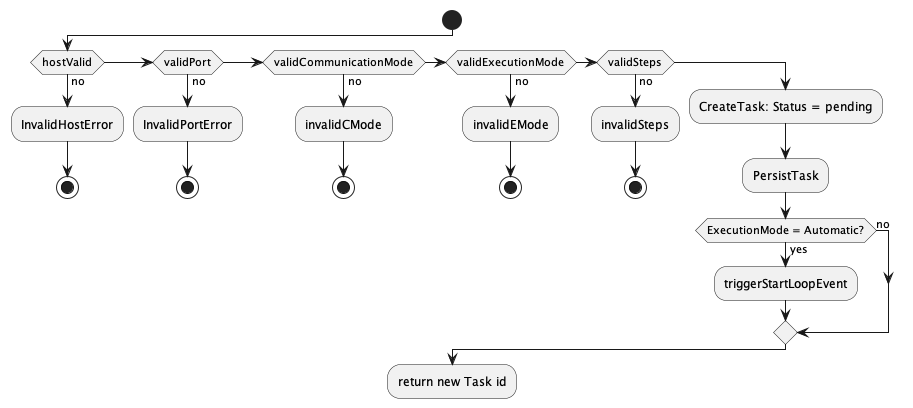
This is thesis/part/Proyecto_ejecutivo/memoria_descriptiva/descripcionDelProyecto/manager/uml/createTaskUseCase.png from Enrikerf/pfm, a PlantUML export, as it was before one commit. The source it was exported from:
```plantuml
@startuml
start
if (hostValid) then (no)
  :InvalidHostError;
  stop
elseif (validPort) then (no)
  :InvalidPortError;
  stop
elseif (validCommunicationMode) then (no)
  :invalidCMode;
  stop
elseif (validExecutionMode) then (no)
  :invalidEMode;
  stop
elseif (validSteps) then (no)
  :invalidSteps;
  stop
else ()
  :CreateTask: Status = pending;
  :PersistTask;
  if (ExecutionMode = Automatic?) is (yes) then
    :triggerStartLoopEvent;
  else (no)
  endif
endif
:return new Task id;
@enduml
```
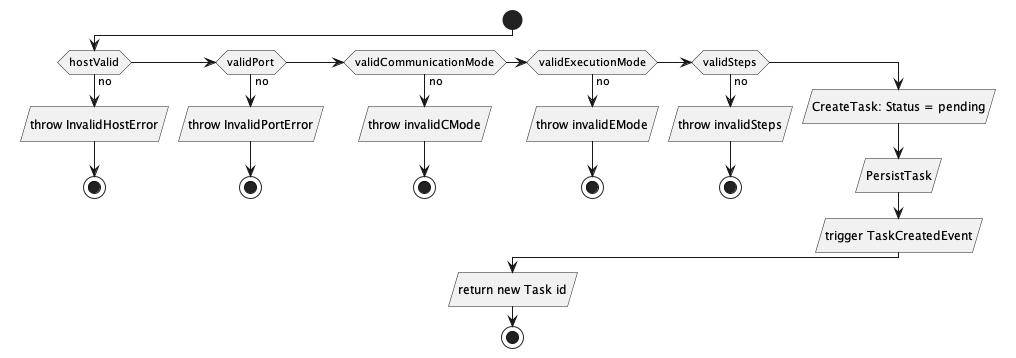
Above is the later version.

The edit, as a diff of the source:
```diff
@@ -1,27 +1,26 @@
 @startuml
+
 start
 if (hostValid) then (no)
-  :InvalidHostError;
+  :throw InvalidHostError/
   stop
 elseif (validPort) then (no)
-  :InvalidPortError;
+  :throw InvalidPortError/
   stop
 elseif (validCommunicationMode) then (no)
-  :invalidCMode;
+  :throw invalidCMode/
   stop
 elseif (validExecutionMode) then (no)
-  :invalidEMode;
+  :throw invalidEMode/
   stop
 elseif (validSteps) then (no)
-  :invalidSteps;
+  :throw invalidSteps/
   stop
 else ()
-  :CreateTask: Status = pending;
-  :PersistTask;
-  if (ExecutionMode = Automatic?) is (yes) then
-    :triggerStartLoopEvent;
-  else (no)
-  endif
+  :CreateTask: Status = pending/
+  :PersistTask/
+  :trigger TaskCreatedEvent/
 endif
-:return new Task id;
+:return new Task id/
+stop
 @enduml
```
